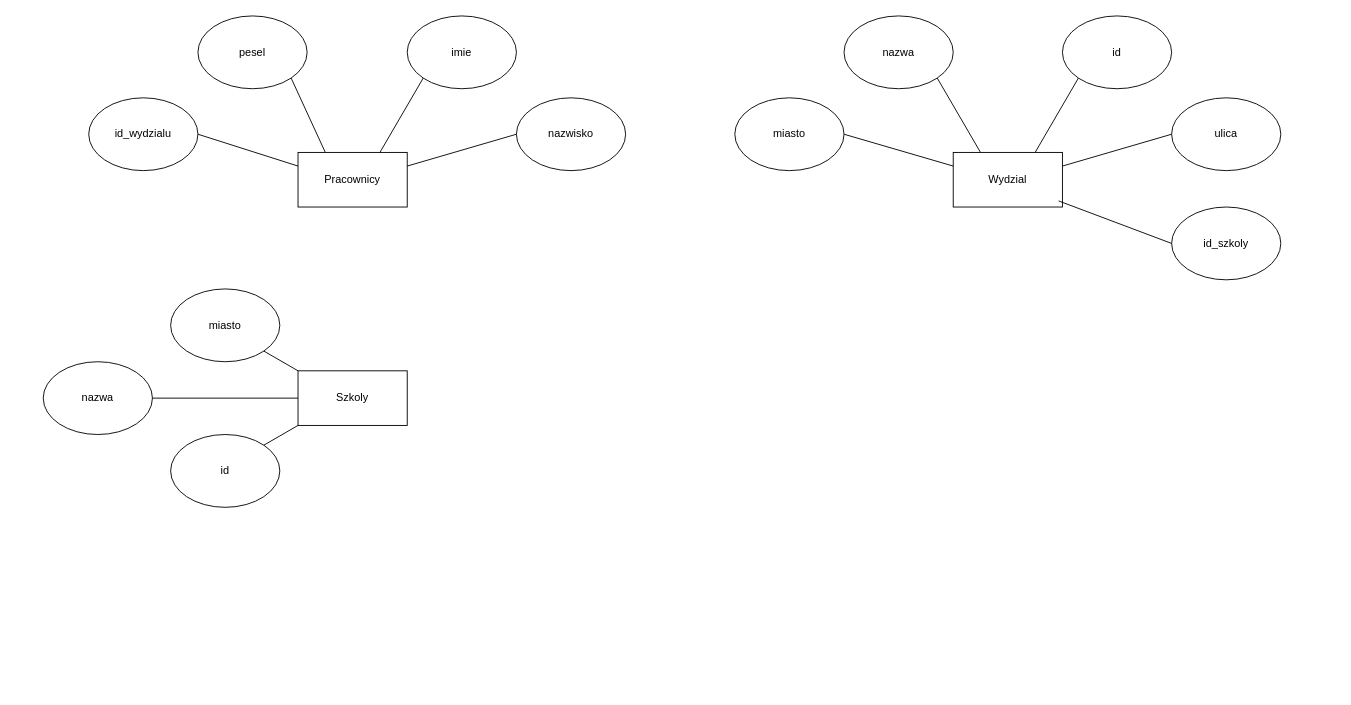
kinsin5/Wprowadzenie_do_baz_danych keeps this draw.io diagram as excersises/zad7_1.drawio. Above is the earlier version. Source tidied: cells renumbered, new cells numbered last; positions are measured from the earlier drawing's top-left corner, leaving out a move shared by most shapes. Both pictures are drawn from the tidied source at 91%, with x=0, y=0 at pixel (43, 15).
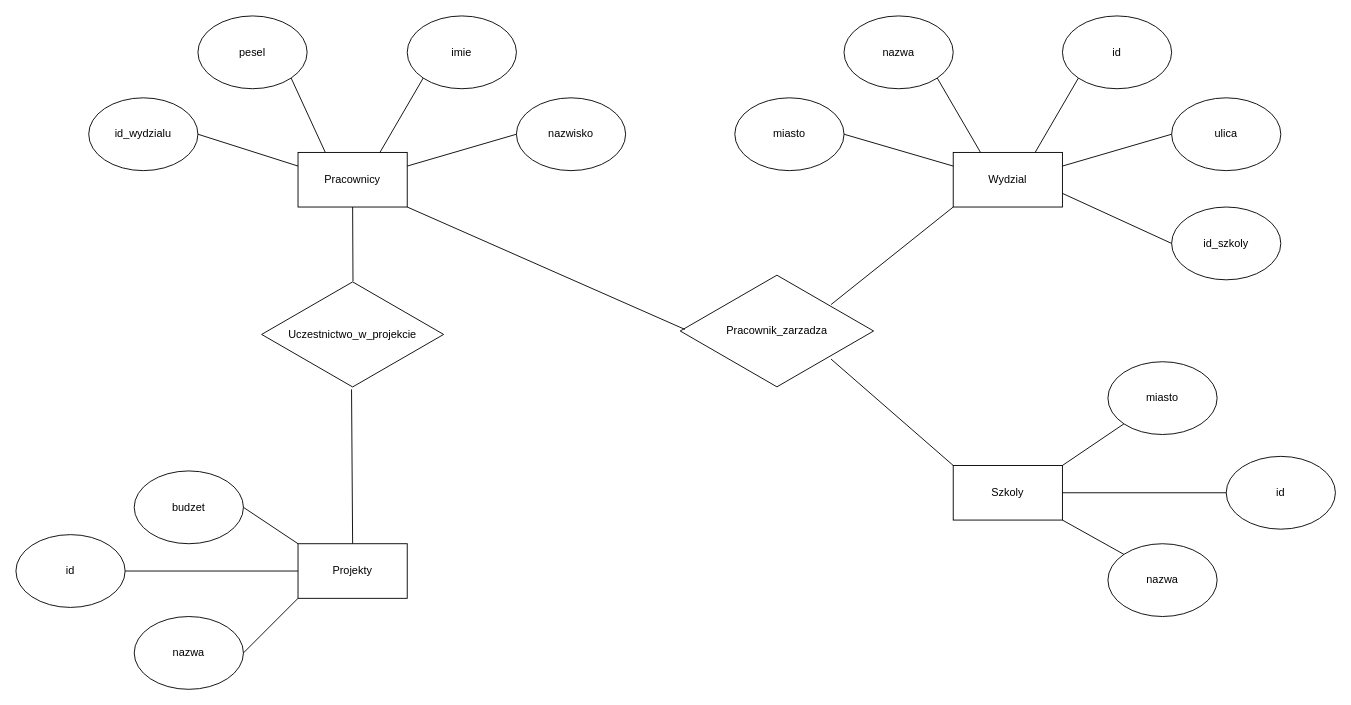
Above is the later version.

Unchanged cells that the change refers to:
```xml
<mxCell id="2" value="Pracownicy" style="rounded=0;whiteSpace=wrap;html=1;" parent="1" vertex="1">
  <mxGeometry x="280" y="150" width="120" height="60" as="geometry" />
</mxCell>
<mxCell id="11" value="Wydzial" style="rounded=0;whiteSpace=wrap;html=1;" parent="1" vertex="1">
  <mxGeometry x="1000" y="150" width="120" height="60" as="geometry" />
</mxCell>
<mxCell id="20" value="id_szkoly" style="ellipse;whiteSpace=wrap;html=1;" parent="1" vertex="1">
  <mxGeometry x="1240" y="210" width="120" height="80" as="geometry" />
</mxCell>
```

Diff of the diagram source:
```diff
@@
-    <mxCell id="21" style="endArrow=none;html=1;rounded=0;entryX=0;entryY=0.5;entryDx=0;entryDy=0;exitX=0.965;exitY=0.888;exitDx=0;exitDy=0;exitPerimeter=0;" parent="1" edge="1" source="11" target="20">
+    <mxCell id="21" style="endArrow=none;html=1;rounded=0;entryX=0;entryY=0.5;entryDx=0;entryDy=0;exitX=1;exitY=0.75;exitDx=0;exitDy=0;" parent="1" edge="1" source="11" target="20">
       <mxGeometry relative="1" as="geometry" />
     </mxCell>
+    <mxCell id="29" value="Uczestnictwo_w_pr&lt;span style=&quot;background-color: initial;&quot;&gt;ojekcie&lt;/span&gt;" style="html=1;whiteSpace=wrap;shape=isoRectangle;" parent="1" vertex="1">
+      <mxGeometry x="240" y="290" width="200" height="120" as="geometry" />
+    </mxCell>
     <mxCell id="22" value="Szkoly" style="rounded=0;whiteSpace=wrap;html=1;" parent="1" vertex="1">
-      <mxGeometry x="280" y="390" width="120" height="60" as="geometry" />
+      <mxGeometry x="1000" y="494" width="120" height="60" as="geometry" />
     </mxCell>
-    <mxCell id="23" value="id" style="ellipse;whiteSpace=wrap;html=1;" parent="1" vertex="1">
-      <mxGeometry x="140" y="460" width="120" height="80" as="geometry" />
-    </mxCell>
+    <mxCell id="30" value="id" style="ellipse;whiteSpace=wrap;html=1;" parent="1" vertex="1">
+      <mxGeometry x="1300" y="484" width="120" height="80" as="geometry" />
+    </mxCell>
     <mxCell id="24" value="miasto" style="ellipse;whiteSpace=wrap;html=1;" parent="1" vertex="1">
-      <mxGeometry x="140" y="300" width="120" height="80" as="geometry" />
+      <mxGeometry x="1170" y="380" width="120" height="80" as="geometry" />
     </mxCell>
-    <mxCell id="25" value="nazwa" style="ellipse;whiteSpace=wrap;html=1;" parent="1" vertex="1">
-      <mxGeometry y="380" width="120" height="80" as="geometry" />
-    </mxCell>
-    <mxCell id="26" style="endArrow=none;html=1;rounded=0;entryX=1;entryY=1;entryDx=0;entryDy=0;exitX=0;exitY=0;exitDx=0;exitDy=0;" parent="1" edge="1" source="22" target="24">
-      <mxGeometry relative="1" as="geometry" />
-    </mxCell>
-    <mxCell id="27" style="endArrow=none;html=1;rounded=0;entryX=1;entryY=0;entryDx=0;entryDy=0;exitX=0;exitY=1;exitDx=0;exitDy=0;" parent="1" edge="1" source="22" target="23">
-      <mxGeometry relative="1" as="geometry" />
-    </mxCell>
-    <mxCell id="28" style="endArrow=none;html=1;rounded=0;exitX=1;exitY=0.5;exitDx=0;exitDy=0;entryX=0;entryY=0.5;entryDx=0;entryDy=0;" parent="1" edge="1" source="25" target="22">
-      <mxGeometry relative="1" as="geometry" />
-    </mxCell>
+    <mxCell id="31" value="nazwa" style="ellipse;whiteSpace=wrap;html=1;" parent="1" vertex="1">
+      <mxGeometry x="1170" y="580" width="120" height="80" as="geometry" />
+    </mxCell>
+    <mxCell id="32" style="endArrow=none;html=1;rounded=0;entryX=0.5;entryY=0;entryDx=0;entryDy=0;exitX=0.494;exitY=1.003;exitDx=0;exitDy=0;exitPerimeter=0;" parent="1" edge="1" source="29" target="33">
+      <mxGeometry relative="1" as="geometry" />
+    </mxCell>
+    <mxCell id="33" value="Projekty" style="rounded=0;whiteSpace=wrap;html=1;" parent="1" vertex="1">
+      <mxGeometry x="280" y="580" width="120" height="60" as="geometry" />
+    </mxCell>
+    <mxCell id="34" style="endArrow=none;html=1;rounded=0;entryX=1;entryY=0.5;entryDx=0;entryDy=0;exitX=0;exitY=1;exitDx=0;exitDy=0;" parent="1" edge="1" source="33" target="36">
+      <mxGeometry relative="1" as="geometry" />
+    </mxCell>
+    <mxCell id="35" style="endArrow=none;html=1;rounded=0;entryX=0.5;entryY=1;entryDx=0;entryDy=0;exitX=0.502;exitY=0.013;exitDx=0;exitDy=0;exitPerimeter=0;" parent="1" edge="1" source="29" target="2">
+      <mxGeometry relative="1" as="geometry" />
+    </mxCell>
+    <mxCell id="36" value="nazwa" style="ellipse;whiteSpace=wrap;html=1;" parent="1" vertex="1">
+      <mxGeometry x="100" y="660" width="120" height="80" as="geometry" />
+    </mxCell>
+    <mxCell id="37" value="budzet" style="ellipse;whiteSpace=wrap;html=1;" parent="1" vertex="1">
+      <mxGeometry x="100" y="500" width="120" height="80" as="geometry" />
+    </mxCell>
+    <mxCell id="38" value="id" style="ellipse;whiteSpace=wrap;html=1;" parent="1" vertex="1">
+      <mxGeometry x="-30" y="570" width="120" height="80" as="geometry" />
+    </mxCell>
+    <mxCell id="39" style="endArrow=none;html=1;rounded=0;entryX=1;entryY=0.5;entryDx=0;entryDy=0;exitX=0;exitY=0;exitDx=0;exitDy=0;" parent="1" edge="1" source="33" target="37">
+      <mxGeometry relative="1" as="geometry" />
+    </mxCell>
+    <mxCell id="40" style="endArrow=none;html=1;rounded=0;entryX=1;entryY=0.5;entryDx=0;entryDy=0;exitX=0;exitY=0.5;exitDx=0;exitDy=0;" parent="1" edge="1" source="33" target="38">
+      <mxGeometry relative="1" as="geometry" />
+    </mxCell>
+    <mxCell id="41" value="Pracownik_zarzadza" style="html=1;whiteSpace=wrap;shape=isoRectangle;" parent="1" vertex="1">
+      <mxGeometry x="700" y="282.5" width="212.5" height="127.5" as="geometry" />
+    </mxCell>
+    <mxCell id="42" style="endArrow=none;html=1;rounded=0;entryX=0;entryY=1;entryDx=0;entryDy=0;exitX=0.78;exitY=0.272;exitDx=0;exitDy=0;exitPerimeter=0;" parent="1" edge="1" source="41" target="11">
+      <mxGeometry relative="1" as="geometry" />
+    </mxCell>
+    <mxCell id="43" style="endArrow=none;html=1;rounded=0;exitX=0;exitY=0;exitDx=0;exitDy=0;entryX=0.78;entryY=0.742;entryDx=0;entryDy=0;entryPerimeter=0;" parent="1" edge="1" source="22" target="41">
+      <mxGeometry relative="1" as="geometry" />
+    </mxCell>
+    <mxCell id="44" style="endArrow=none;html=1;rounded=0;exitX=0;exitY=1;exitDx=0;exitDy=0;entryX=1;entryY=0;entryDx=0;entryDy=0;" parent="1" edge="1" source="24" target="22">
+      <mxGeometry relative="1" as="geometry" />
+    </mxCell>
+    <mxCell id="45" style="endArrow=none;html=1;rounded=0;exitX=1;exitY=1;exitDx=0;exitDy=0;entryX=0;entryY=0;entryDx=0;entryDy=0;" parent="1" edge="1" source="22" target="31">
+      <mxGeometry relative="1" as="geometry" />
+    </mxCell>
+    <mxCell id="46" style="endArrow=none;html=1;rounded=0;exitX=0;exitY=0.5;exitDx=0;exitDy=0;entryX=1;entryY=0.5;entryDx=0;entryDy=0;" parent="1" edge="1" source="30" target="22">
+      <mxGeometry relative="1" as="geometry" />
+    </mxCell>
+    <mxCell id="47" style="endArrow=none;html=1;rounded=0;entryX=1;entryY=1;entryDx=0;entryDy=0;exitX=0.024;exitY=0.486;exitDx=0;exitDy=0;exitPerimeter=0;" parent="1" edge="1" source="41" target="2">
+      <mxGeometry relative="1" as="geometry" />
+    </mxCell>
```
